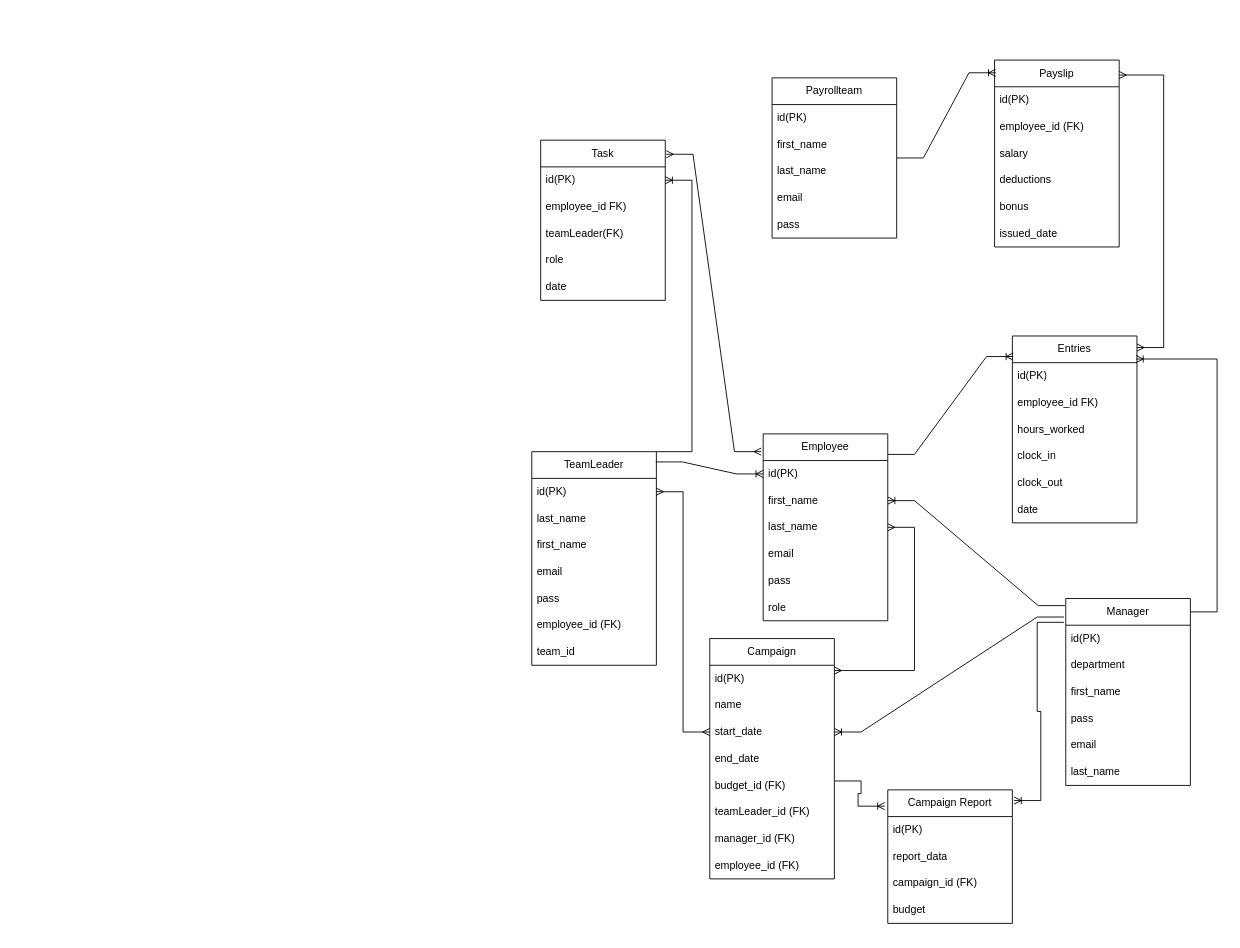
Above: Diagrams/ProjectDiagramERD2.drawio in ajjane19/WEBFRAME-PROJ (draw.io), before the change. Source tidied: cells renumbered, new cells numbered last; positions are measured from the earlier drawing's top-left corner, leaving out a move shared by most shapes. Both pictures are drawn from the tidied source at 89%, with x=0, y=0 at pixel (531, 60).
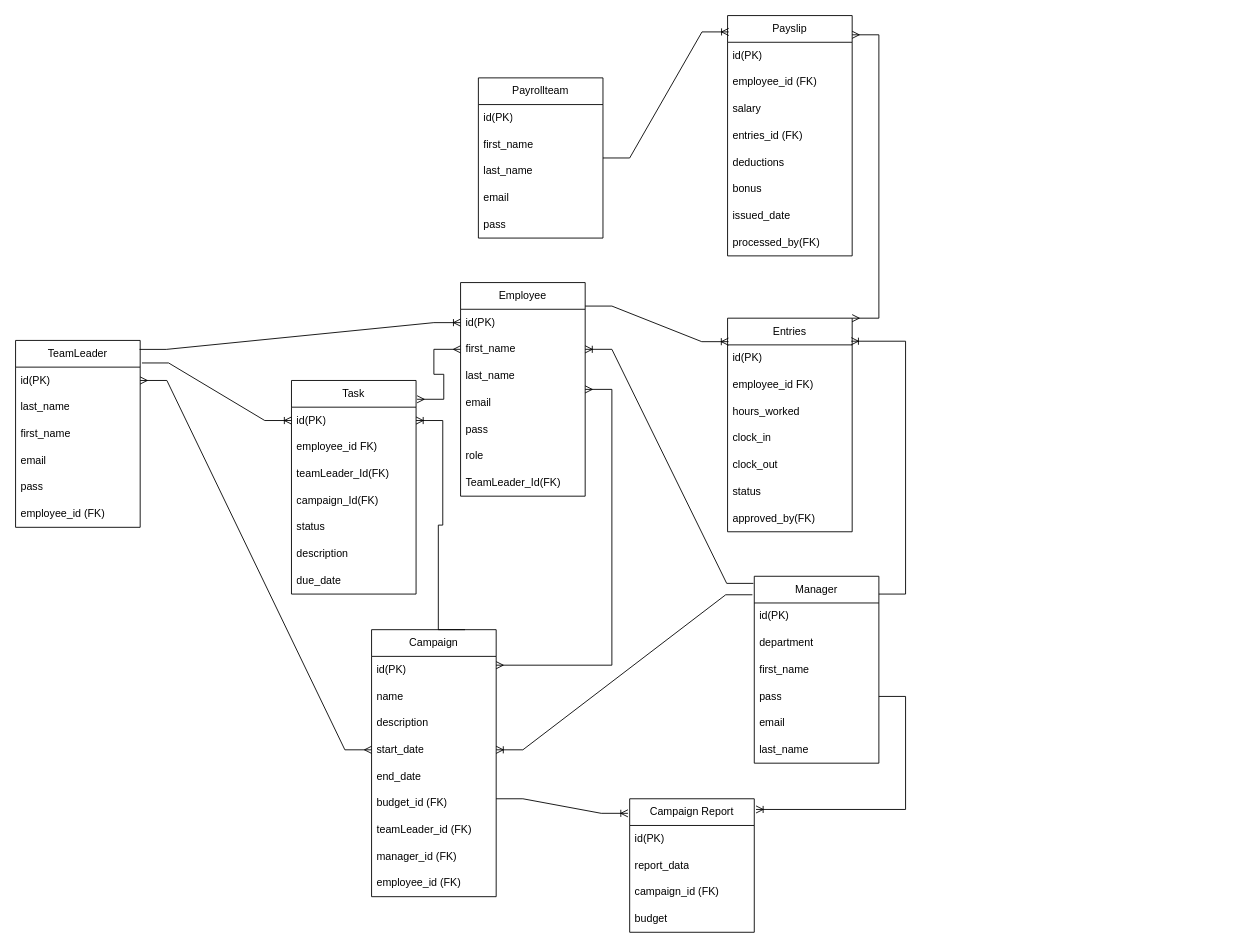
The same diagram, later.

Commit message (it also covers changes not shown here):
Fixing diagrams, descriptions and BDD

Unchanged cells that the change refers to:
```xml
<mxCell id="4" value="first_name" style="text;strokeColor=none;fillColor=none;align=left;verticalAlign=middle;spacingLeft=4;spacingRight=4;overflow=hidden;points=[[0,0.5],[1,0.5]];portConstraint=eastwest;whiteSpace=wrap;html=1;" parent="2" vertex="1">
  <mxGeometry y="60" width="140" height="30" as="geometry" />
</mxCell>
<mxCell id="10" value="id(PK)" style="text;strokeColor=none;fillColor=none;align=left;verticalAlign=middle;spacingLeft=4;spacingRight=4;overflow=hidden;points=[[0,0.5],[1,0.5]];portConstraint=eastwest;whiteSpace=wrap;html=1;" parent="9" vertex="1">
  <mxGeometry y="30" width="140" height="30" as="geometry" />
</mxCell>
<mxCell id="38" value="id(PK)" style="text;strokeColor=none;fillColor=none;align=left;verticalAlign=middle;spacingLeft=4;spacingRight=4;overflow=hidden;points=[[0,0.5],[1,0.5]];portConstraint=eastwest;whiteSpace=wrap;html=1;" parent="37" vertex="1">
  <mxGeometry y="30" width="140" height="30" as="geometry" />
</mxCell>
<mxCell id="41" value="pass" style="text;strokeColor=none;fillColor=none;align=left;verticalAlign=middle;spacingLeft=4;spacingRight=4;overflow=hidden;points=[[0,0.5],[1,0.5]];portConstraint=eastwest;whiteSpace=wrap;html=1;" parent="37" vertex="1">
  <mxGeometry y="120" width="140" height="30" as="geometry" />
</mxCell>
<mxCell id="45" value="id(PK)" style="text;strokeColor=none;fillColor=none;align=left;verticalAlign=middle;spacingLeft=4;spacingRight=4;overflow=hidden;points=[[0,0.5],[1,0.5]];portConstraint=eastwest;whiteSpace=wrap;html=1;" parent="44" vertex="1">
  <mxGeometry y="30" width="140" height="30" as="geometry" />
</mxCell>
<mxCell id="63" value="id(PK)" style="text;strokeColor=none;fillColor=none;align=left;verticalAlign=middle;spacingLeft=4;spacingRight=4;overflow=hidden;points=[[0,0.5],[1,0.5]];portConstraint=eastwest;whiteSpace=wrap;html=1;" parent="62" vertex="1">
  <mxGeometry y="30" width="140" height="30" as="geometry" />
</mxCell>
```

What changed in the source:
```diff
@@
     <mxCell id="2" value="Employee" style="swimlane;fontStyle=0;horizontal=1;startSize=30;whiteSpace=wrap;html=1;" parent="1" vertex="1">
-      <mxGeometry x="260" y="420" width="140" height="210" as="geometry" />
+      <mxGeometry x="-80" y="250" width="140" height="240" as="geometry" />
     </mxCell>
@@
+    <mxCell id="77" value="role" style="text;strokeColor=none;fillColor=none;align=left;verticalAlign=middle;spacingLeft=4;spacingRight=4;overflow=hidden;whiteSpace=wrap;html=1;" parent="2" vertex="1">
+      <mxGeometry y="180" width="140" height="30" as="geometry" />
+    </mxCell>
-    <mxCell id="8" value="role" style="text;strokeColor=none;fillColor=none;align=left;verticalAlign=middle;spacingLeft=4;spacingRight=4;overflow=hidden;whiteSpace=wrap;html=1;" parent="2" vertex="1">
-      <mxGeometry y="180" width="140" height="30" as="geometry" />
+    <mxCell id="8" value="TeamLeader_Id(FK)" style="text;strokeColor=none;fillColor=none;align=left;verticalAlign=middle;spacingLeft=4;spacingRight=4;overflow=hidden;whiteSpace=wrap;html=1;" parent="2" vertex="1">
+      <mxGeometry y="210" width="140" height="30" as="geometry" />
     </mxCell>
     <mxCell id="9" value="Entries" style="swimlane;fontStyle=0;horizontal=1;startSize=30;whiteSpace=wrap;html=1;" parent="1" vertex="1">
-      <mxGeometry x="540" y="310" width="140" height="210" as="geometry" />
+      <mxGeometry x="220" y="290" width="140" height="240" as="geometry" />
     </mxCell>
@@
-    <mxCell id="15" value="date" style="text;strokeColor=none;fillColor=none;align=left;verticalAlign=middle;spacingLeft=4;spacingRight=4;overflow=hidden;whiteSpace=wrap;html=1;" parent="9" vertex="1">
+    <mxCell id="15" value="status" style="text;strokeColor=none;fillColor=none;align=left;verticalAlign=middle;spacingLeft=4;spacingRight=4;overflow=hidden;whiteSpace=wrap;html=1;" parent="9" vertex="1">
       <mxGeometry y="180" width="140" height="30" as="geometry" />
     </mxCell>
+    <mxCell id="78" value="approved_by(FK)" style="text;strokeColor=none;fillColor=none;align=left;verticalAlign=middle;spacingLeft=4;spacingRight=4;overflow=hidden;whiteSpace=wrap;html=1;" parent="9" vertex="1">
+      <mxGeometry y="210" width="140" height="30" as="geometry" />
+    </mxCell>
     <mxCell id="16" value="Payslip" style="swimlane;fontStyle=0;horizontal=1;startSize=30;whiteSpace=wrap;html=1;" parent="1" vertex="1">
-      <mxGeometry x="520" width="140" height="210" as="geometry" />
+      <mxGeometry x="220" y="-50" width="140" height="270" as="geometry" />
     </mxCell>
@@
+    <mxCell id="79" value="entries_id (FK)" style="text;strokeColor=none;fillColor=none;align=left;verticalAlign=middle;spacingLeft=4;spacingRight=4;overflow=hidden;whiteSpace=wrap;html=1;" parent="16" vertex="1">
+      <mxGeometry y="120" width="140" height="30" as="geometry" />
+    </mxCell>
     <mxCell id="20" value="deductions" style="text;strokeColor=none;fillColor=none;align=left;verticalAlign=middle;spacingLeft=4;spacingRight=4;overflow=hidden;whiteSpace=wrap;html=1;" parent="16" vertex="1">
-      <mxGeometry y="120" width="140" height="30" as="geometry" />
+      <mxGeometry y="150" width="140" height="30" as="geometry" />
     </mxCell>
     <mxCell id="21" value="bonus" style="text;strokeColor=none;fillColor=none;align=left;verticalAlign=middle;spacingLeft=4;spacingRight=4;overflow=hidden;whiteSpace=wrap;html=1;" parent="16" vertex="1">
-      <mxGeometry y="150" width="140" height="30" as="geometry" />
+      <mxGeometry y="180" width="140" height="30" as="geometry" />
     </mxCell>
     <mxCell id="22" value="issued_date" style="text;strokeColor=none;fillColor=none;align=left;verticalAlign=middle;spacingLeft=4;spacingRight=4;overflow=hidden;whiteSpace=wrap;html=1;" parent="16" vertex="1">
-      <mxGeometry y="180" width="140" height="30" as="geometry" />
+      <mxGeometry y="210" width="140" height="30" as="geometry" />
     </mxCell>
+    <mxCell id="80" value="processed_by(FK)" style="text;strokeColor=none;fillColor=none;align=left;verticalAlign=middle;spacingLeft=4;spacingRight=4;overflow=hidden;whiteSpace=wrap;html=1;" parent="16" vertex="1">
+      <mxGeometry y="240" width="140" height="30" as="geometry" />
+    </mxCell>
     <mxCell id="23" value="Campaign" style="swimlane;fontStyle=0;horizontal=1;startSize=30;whiteSpace=wrap;html=1;" parent="1" vertex="1">
-      <mxGeometry x="200" y="650" width="140" height="270" as="geometry" />
+      <mxGeometry x="-180" y="640" width="140" height="300" as="geometry" />
     </mxCell>
@@
+    <mxCell id="81" value="description" style="text;strokeColor=none;fillColor=none;align=left;verticalAlign=middle;spacingLeft=4;spacingRight=4;overflow=hidden;whiteSpace=wrap;html=1;" parent="23" vertex="1">
+      <mxGeometry y="90" width="140" height="30" as="geometry" />
+    </mxCell>
     <mxCell id="26" value="start_date" style="text;strokeColor=none;fillColor=none;align=left;verticalAlign=middle;spacingLeft=4;spacingRight=4;overflow=hidden;points=[[0,0.5],[1,0.5]];portConstraint=eastwest;whiteSpace=wrap;html=1;" parent="23" vertex="1">
-      <mxGeometry y="90" width="140" height="30" as="geometry" />
+      <mxGeometry y="120" width="140" height="30" as="geometry" />
     </mxCell>
     <mxCell id="27" value="end_date" style="text;strokeColor=none;fillColor=none;align=left;verticalAlign=middle;spacingLeft=4;spacingRight=4;overflow=hidden;whiteSpace=wrap;html=1;" parent="23" vertex="1">
-      <mxGeometry y="120" width="140" height="30" as="geometry" />
+      <mxGeometry y="150" width="140" height="30" as="geometry" />
     </mxCell>
     <mxCell id="28" value="budget_id (FK)" style="text;strokeColor=none;fillColor=none;align=left;verticalAlign=middle;spacingLeft=4;spacingRight=4;overflow=hidden;points=[[0,0.5],[1,0.5]];portConstraint=eastwest;whiteSpace=wrap;html=1;" parent="23" vertex="1">
-      <mxGeometry y="150" width="140" height="30" as="geometry" />
+      <mxGeometry y="180" width="140" height="30" as="geometry" />
     </mxCell>
     <mxCell id="29" value="teamLeader_id (FK)" style="text;strokeColor=none;fillColor=none;align=left;verticalAlign=middle;spacingLeft=4;spacingRight=4;overflow=hidden;whiteSpace=wrap;html=1;" parent="23" vertex="1">
-      <mxGeometry y="180" width="140" height="30" as="geometry" />
+      <mxGeometry y="210" width="140" height="30" as="geometry" />
     </mxCell>
     <mxCell id="30" value="manager_id (FK)" style="text;strokeColor=none;fillColor=none;align=left;verticalAlign=middle;spacingLeft=4;spacingRight=4;overflow=hidden;whiteSpace=wrap;html=1;" parent="23" vertex="1">
-      <mxGeometry y="210" width="140" height="30" as="geometry" />
+      <mxGeometry y="240" width="140" height="30" as="geometry" />
     </mxCell>
     <mxCell id="31" value="employee_id (FK)" style="text;strokeColor=none;fillColor=none;align=left;verticalAlign=middle;spacingLeft=4;spacingRight=4;overflow=hidden;whiteSpace=wrap;html=1;" parent="23" vertex="1">
-      <mxGeometry y="240" width="140" height="30" as="geometry" />
+      <mxGeometry y="270" width="140" height="30" as="geometry" />
     </mxCell>
     <mxCell id="32" value="Campaign Report" style="swimlane;fontStyle=0;horizontal=1;startSize=30;whiteSpace=wrap;html=1;" parent="1" vertex="1">
-      <mxGeometry x="400" y="820" width="140" height="150" as="geometry" />
+      <mxGeometry x="110" y="830" width="140" height="150" as="geometry" />
     </mxCell>
@@
     <mxCell id="37" value="Manager" style="swimlane;fontStyle=0;horizontal=1;startSize=30;whiteSpace=wrap;html=1;" parent="1" vertex="1">
-      <mxGeometry x="600" y="605" width="140" height="210" as="geometry" />
+      <mxGeometry x="250" y="580" width="140" height="210" as="geometry" />
     </mxCell>
@@
     <mxCell id="44" value="TeamLeader" style="swimlane;fontStyle=0;horizontal=1;startSize=30;whiteSpace=wrap;html=1;" parent="1" vertex="1">
-      <mxGeometry y="440" width="140" height="240" as="geometry" />
+      <mxGeometry x="-580" y="315" width="140" height="210" as="geometry" />
     </mxCell>
@@
-    <mxCell id="51" value="team_id" style="text;strokeColor=none;fillColor=none;align=left;verticalAlign=middle;spacingLeft=4;spacingRight=4;overflow=hidden;whiteSpace=wrap;html=1;" parent="44" vertex="1">
-      <mxGeometry y="210" width="140" height="30" as="geometry" />
-    </mxCell>
@@
     <mxCell id="53" style="edgeStyle=entityRelationEdgeStyle;fontSize=12;html=1;endArrow=ERmany;startArrow=ERmany;rounded=0;exitX=1;exitY=0.133;exitDx=0;exitDy=0;exitPerimeter=0;" parent="1" edge="1" source="23" target="2">
       <mxGeometry relative="1" as="geometry">
         <Array as="points">
-          <mxPoint x="330" y="590" />
-          <mxPoint x="350" y="520" />
-          <mxPoint x="360" y="530" />
-          <mxPoint x="330" y="530" />
+          <mxPoint x="-90" y="610" />
+          <mxPoint x="-70" y="540" />
+          <mxPoint x="-60" y="550" />
+          <mxPoint x="-90" y="550" />
         </Array>
       </mxGeometry>
     </mxCell>
-    <mxCell id="54" style="edgeStyle=entityRelationEdgeStyle;fontSize=12;html=1;endArrow=ERoneToMany;rounded=0;exitX=-0.015;exitY=-0.108;exitDx=0;exitDy=0;entryX=1.014;entryY=0.08;entryDx=0;entryDy=0;entryPerimeter=0;exitPerimeter=0;" parent="1" edge="1" source="38" target="32">
+    <mxCell id="54" style="edgeStyle=entityRelationEdgeStyle;fontSize=12;html=1;endArrow=ERoneToMany;rounded=0;entryX=1.014;entryY=0.08;entryDx=0;entryDy=0;entryPerimeter=0;" parent="1" edge="1" source="41" target="32">
       <mxGeometry relative="1" as="geometry" />
     </mxCell>
@@
     <mxCell id="56" style="edgeStyle=entityRelationEdgeStyle;fontSize=12;html=1;endArrow=ERmany;startArrow=ERmany;rounded=0;entryX=0;entryY=0.5;entryDx=0;entryDy=0;exitX=1;exitY=0.5;exitDx=0;exitDy=0;" parent="1" edge="1" source="45" target="26">
       <mxGeometry relative="1" as="geometry">
         <Array as="points">
-          <mxPoint x="350" y="760" />
-          <mxPoint x="323" y="750" />
-          <mxPoint x="330" y="860" />
+          <mxPoint x="20" y="770" />
+          <mxPoint x="-7" y="760" />
+          <mxPoint y="870" />
         </Array>
       </mxGeometry>
     </mxCell>
@@
     <mxCell id="58" style="edgeStyle=entityRelationEdgeStyle;fontSize=12;html=1;endArrow=ERoneToMany;rounded=0;exitX=-0.007;exitY=0.038;exitDx=0;exitDy=0;exitPerimeter=0;entryX=1;entryY=0.5;entryDx=0;entryDy=0;" parent="1" edge="1" source="37" target="4">
       <mxGeometry relative="1" as="geometry">
         <Array as="points">
-          <mxPoint x="490" y="600" />
-          <mxPoint x="480" y="500" />
-          <mxPoint x="490" y="580" />
+          <mxPoint x="160" y="610" />
+          <mxPoint x="150" y="510" />
+          <mxPoint x="160" y="590" />
         </Array>
       </mxGeometry>
     </mxCell>
-    <mxCell id="59" style="edgeStyle=entityRelationEdgeStyle;fontSize=12;html=1;endArrow=ERoneToMany;rounded=0;exitX=1;exitY=0.333;exitDx=0;exitDy=0;exitPerimeter=0;entryX=-0.024;entryY=0.122;entryDx=0;entryDy=0;entryPerimeter=0;" parent="1" edge="1" source="28" target="32">
+    <mxCell id="59" style="edgeStyle=entityRelationEdgeStyle;fontSize=12;html=1;endArrow=ERoneToMany;rounded=0;exitX=1;exitY=0.333;exitDx=0;exitDy=0;exitPerimeter=0;entryX=-0.014;entryY=0.109;entryDx=0;entryDy=0;entryPerimeter=0;" parent="1" edge="1" source="28" target="32">
       <mxGeometry relative="1" as="geometry" />
     </mxCell>
@@
-    <mxCell id="61" style="edgeStyle=entityRelationEdgeStyle;fontSize=12;html=1;endArrow=ERmany;startArrow=ERmany;rounded=0;entryX=1;entryY=0.08;entryDx=0;entryDy=0;entryPerimeter=0;" parent="1" edge="1" target="16">
-      <mxGeometry relative="1" as="geometry">
-        <mxPoint x="680" y="323" as="sourcePoint" />
-      </mxGeometry>
+    <mxCell id="61" style="edgeStyle=entityRelationEdgeStyle;fontSize=12;html=1;endArrow=ERmany;startArrow=ERmany;rounded=0;entryX=1;entryY=0.08;entryDx=0;entryDy=0;entryPerimeter=0;exitX=1;exitY=0;exitDx=0;exitDy=0;" parent="1" edge="1" source="9" target="16">
+      <mxGeometry relative="1" as="geometry" />
     </mxCell>
     <mxCell id="62" value="Task" style="swimlane;fontStyle=0;horizontal=1;startSize=30;whiteSpace=wrap;html=1;" parent="1" vertex="1">
-      <mxGeometry x="10" y="90" width="140" height="180" as="geometry" />
+      <mxGeometry x="-270" y="360" width="140" height="240" as="geometry" />
     </mxCell>
@@
-    <mxCell id="65" value="teamLeader(FK)" style="text;strokeColor=none;fillColor=none;align=left;verticalAlign=middle;spacingLeft=4;spacingRight=4;overflow=hidden;whiteSpace=wrap;html=1;" parent="62" vertex="1">
+    <mxCell id="65" value="teamLeader_Id(FK)" style="text;strokeColor=none;fillColor=none;align=left;verticalAlign=middle;spacingLeft=4;spacingRight=4;overflow=hidden;whiteSpace=wrap;html=1;" parent="62" vertex="1">
       <mxGeometry y="90" width="140" height="30" as="geometry" />
     </mxCell>
+    <mxCell id="82" value="campaign_Id(FK)" style="text;strokeColor=none;fillColor=none;align=left;verticalAlign=middle;spacingLeft=4;spacingRight=4;overflow=hidden;whiteSpace=wrap;html=1;" parent="62" vertex="1">
+      <mxGeometry y="120" width="140" height="30" as="geometry" />
+    </mxCell>
-    <mxCell id="66" value="role" style="text;strokeColor=none;fillColor=none;align=left;verticalAlign=middle;spacingLeft=4;spacingRight=4;overflow=hidden;whiteSpace=wrap;html=1;" parent="62" vertex="1">
-      <mxGeometry y="120" width="140" height="30" as="geometry" />
+    <mxCell id="66" value="status" style="text;strokeColor=none;fillColor=none;align=left;verticalAlign=middle;spacingLeft=4;spacingRight=4;overflow=hidden;whiteSpace=wrap;html=1;" parent="62" vertex="1">
+      <mxGeometry y="150" width="140" height="30" as="geometry" />
     </mxCell>
+    <mxCell id="83" value="description" style="text;strokeColor=none;fillColor=none;align=left;verticalAlign=middle;spacingLeft=4;spacingRight=4;overflow=hidden;whiteSpace=wrap;html=1;" parent="62" vertex="1">
+      <mxGeometry y="180" width="140" height="30" as="geometry" />
+    </mxCell>
-    <mxCell id="67" value="date" style="text;strokeColor=none;fillColor=none;align=left;verticalAlign=middle;spacingLeft=4;spacingRight=4;overflow=hidden;whiteSpace=wrap;html=1;" parent="62" vertex="1">
-      <mxGeometry y="150" width="140" height="30" as="geometry" />
+    <mxCell id="67" value="due_date" style="text;strokeColor=none;fillColor=none;align=left;verticalAlign=middle;spacingLeft=4;spacingRight=4;overflow=hidden;whiteSpace=wrap;html=1;" parent="62" vertex="1">
+      <mxGeometry y="210" width="140" height="30" as="geometry" />
     </mxCell>
-    <mxCell id="68" style="edgeStyle=entityRelationEdgeStyle;fontSize=12;html=1;endArrow=ERoneToMany;rounded=0;exitX=1;exitY=0;exitDx=0;exitDy=0;" parent="1" edge="1" source="44" target="63">
+    <mxCell id="68" style="edgeStyle=entityRelationEdgeStyle;fontSize=12;html=1;endArrow=ERoneToMany;rounded=0;exitX=1.014;exitY=-0.156;exitDx=0;exitDy=0;exitPerimeter=0;" parent="1" edge="1" source="45" target="63">
       <mxGeometry relative="1" as="geometry" />
     </mxCell>
-    <mxCell id="69" style="edgeStyle=entityRelationEdgeStyle;fontSize=12;html=1;endArrow=ERmany;startArrow=ERmany;rounded=0;exitX=1.008;exitY=0.088;exitDx=0;exitDy=0;exitPerimeter=0;entryX=-0.016;entryY=0.095;entryDx=0;entryDy=0;entryPerimeter=0;" parent="1" edge="1" source="62" target="2">
+    <mxCell id="69" style="edgeStyle=entityRelationEdgeStyle;fontSize=12;html=1;endArrow=ERmany;startArrow=ERmany;rounded=0;exitX=1.008;exitY=0.088;exitDx=0;exitDy=0;exitPerimeter=0;entryX=0;entryY=0.5;entryDx=0;entryDy=0;" parent="1" edge="1" source="62" target="4">
       <mxGeometry relative="1" as="geometry" />
     </mxCell>
     <mxCell id="70" style="edgeStyle=entityRelationEdgeStyle;fontSize=12;html=1;endArrow=ERoneToMany;rounded=0;entryX=0.993;entryY=-0.137;entryDx=0;entryDy=0;entryPerimeter=0;" parent="1" edge="1" target="10">
       <mxGeometry relative="1" as="geometry">
-        <mxPoint x="740" y="620" as="sourcePoint" />
+        <mxPoint x="390" y="600" as="sourcePoint" />
       </mxGeometry>
     </mxCell>
     <mxCell id="71" value="Payrollteam" style="swimlane;fontStyle=0;horizontal=1;startSize=30;whiteSpace=wrap;html=1;" parent="1" vertex="1">
-      <mxGeometry x="270" y="20" width="140" height="180" as="geometry" />
+      <mxGeometry x="-60" y="20" width="140" height="180" as="geometry" />
     </mxCell>
@@
+    <mxCell id="84" style="edgeStyle=entityRelationEdgeStyle;fontSize=12;html=1;endArrow=ERoneToMany;rounded=0;exitX=0.75;exitY=0;exitDx=0;exitDy=0;entryX=1;entryY=0.5;entryDx=0;entryDy=0;" parent="1" edge="1" source="23" target="63">
+      <mxGeometry relative="1" as="geometry" />
+    </mxCell>
```
